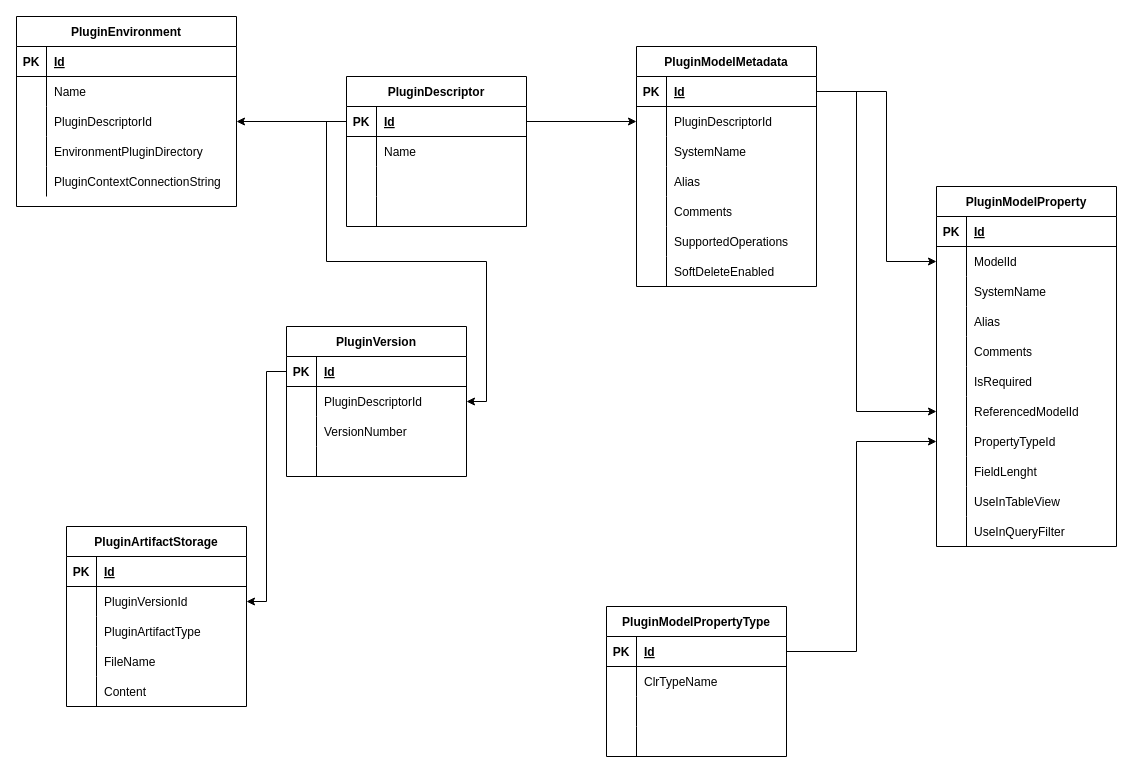
aaf1974/ProjectDiagram keeps this draw.io diagram as page "Result MetadataDB" (2 of 8) of ModelConstructor.drawio. Above is the earlier version. Source tidied: cells renumbered, new cells numbered last; positions are measured from the earlier drawing's top-left corner, leaving out a move shared by most shapes. Both pictures are drawn from the tidied source at 100%, with x=0, y=0 at pixel (16, 16).
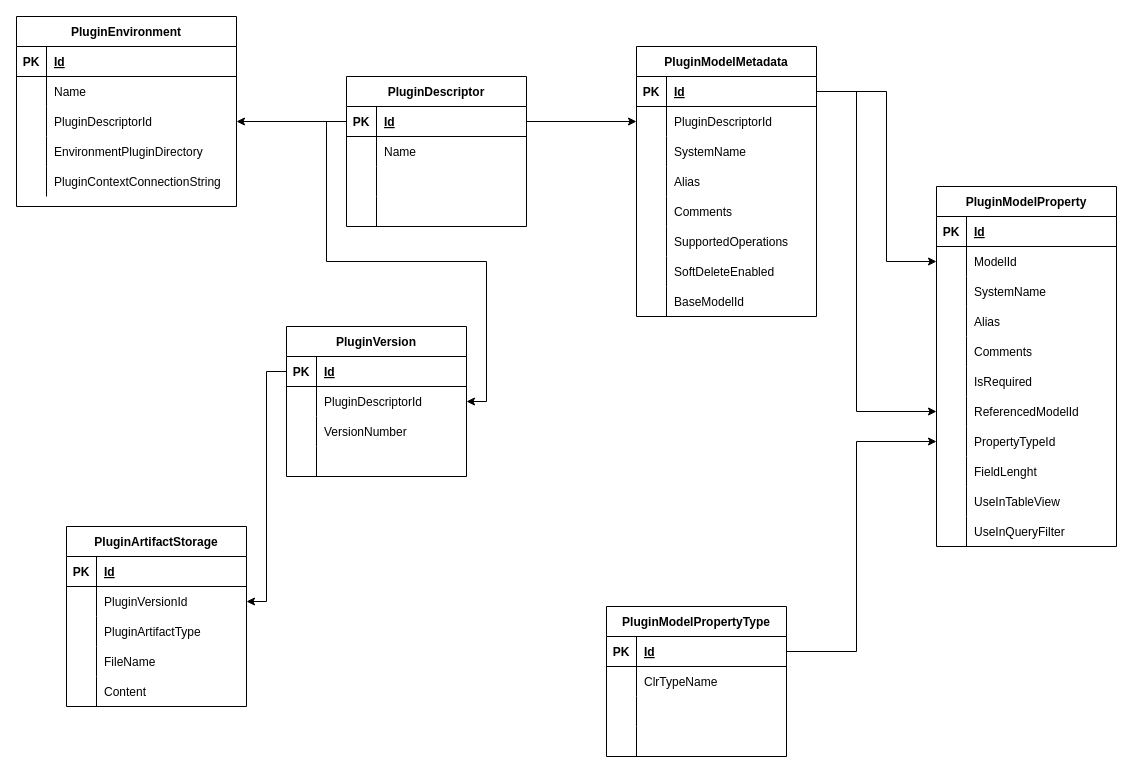
The same diagram, later.

Diff of the diagram source:
```diff
@@
     <mxCell id="33" value="PluginModelMetadata" style="shape=table;startSize=30;childLayout=tableLayout;rowLines=0;fontStyle=1;align=center;" parent="1" vertex="1">
-      <mxGeometry x="620" y="30" width="180" height="240" as="geometry" />
+      <mxGeometry x="620" y="30" width="180" height="270" as="geometry" />
     </mxCell>
@@
+    <mxCell id="136" style="shape=tableRow;horizontal=0;startSize=0;swimlaneHead=0;swimlaneBody=0;fillColor=none;top=0;left=0;right=0;bottom=0;" parent="33" vertex="1">
+      <mxGeometry y="240" width="180" height="30" as="geometry" />
+    </mxCell>
+    <mxCell id="137" style="shape=partialRectangle;fillColor=none;top=0;left=0;bottom=0;right=0;overflow=hidden;" parent="136" vertex="1">
+      <mxGeometry width="30" height="30" as="geometry" />
+    </mxCell>
+    <mxCell id="138" value="BaseModelId" style="shape=partialRectangle;fillColor=none;top=0;left=0;bottom=0;right=0;align=left;spacingLeft=6;overflow=hidden;" parent="136" vertex="1">
+      <mxGeometry x="30" width="150" height="30" as="geometry" />
+    </mxCell>
```
